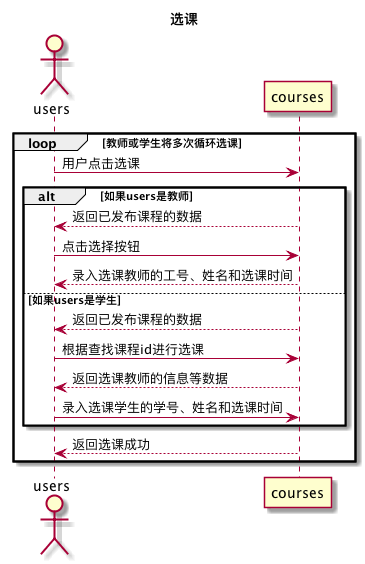
Earlier version of the PlantUML export out/test6/sequence/选课/选课.png (Landy7/is_analysis).
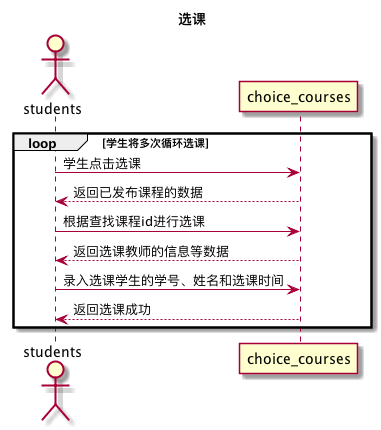
The same file after the commit.

The edit, as a diff of the source:
```diff
@@ -1,19 +1,14 @@
 @startuml
 title 选课
-actor users as U
-loop 教师或学生将多次循环选课
-U -> courses: 用户点击选课
-alt 如果users是教师
-    courses --> U: 返回已发布课程的数据
-    U -> courses:点击选择按钮
-    courses --> U: 录入选课教师的工号、姓名和选课时间
-else 如果users是学生
-    courses --> U: 返回已发布课程的数据
-    U -> courses: 根据查找课程id进行选课
-    courses --> U: 返回选课教师的信息等数据
-    U -> courses: 录入选课学生的学号、姓名和选课时间
-end
-courses --> U: 返回选课成功
+actor students as students
+loop 学生将多次循环选课
+students -> choice_courses: 学生点击选课
+    choice_courses --> students: 返回已发布课程的数据
+    students -> choice_courses: 根据查找课程id进行选课
+    choice_courses --> students: 返回选课教师的信息等数据
+    students -> choice_courses: 录入选课学生的学号、姓名和选课时间
+
+choice_courses --> students: 返回选课成功
 end
 
 
```
